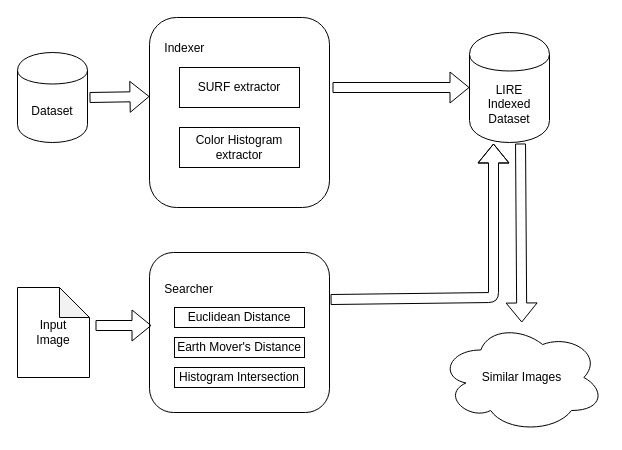
Above: design.drawio in rguitar96/lire-ir (draw.io), before the change. Source tidied: cells renumbered, new cells numbered last; positions are measured from the earlier drawing's top-left corner, leaving out a move shared by most shapes. Both pictures are drawn from the tidied source at 100%, with x=0, y=0 at pixel (17, 17).
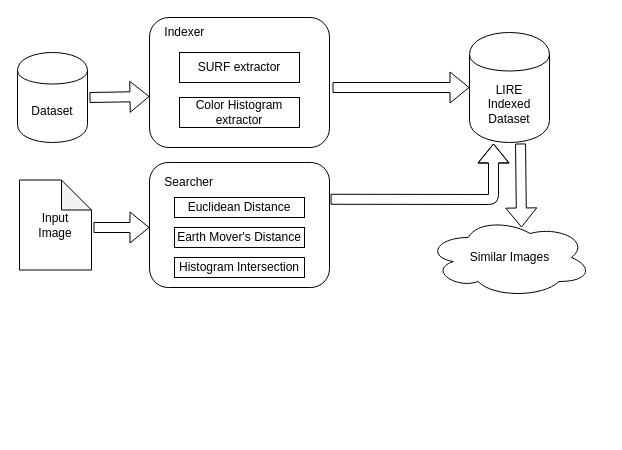
After the change.

Unchanged cells that the change refers to:
```xml
<mxCell id="7" value="LIRE &lt;br&gt;Indexed Dataset" style="shape=cylinder;whiteSpace=wrap;html=1;boundedLbl=1;backgroundOutline=1;" parent="1" vertex="1">
  <mxGeometry x="452" y="15" width="80" height="110" as="geometry" />
</mxCell>
```

Change to the diagram source:
```diff
@@
-    <mxCell id="3" value="&lt;div&gt;&lt;span&gt;&amp;nbsp; &amp;nbsp; Indexer&lt;/span&gt;&lt;/div&gt;&lt;div&gt;&lt;span&gt;&lt;br&gt;&lt;/span&gt;&lt;/div&gt;&lt;div&gt;&lt;span&gt;&lt;br&gt;&lt;/span&gt;&lt;/div&gt;&lt;div&gt;&lt;span&gt;&lt;br&gt;&lt;/span&gt;&lt;/div&gt;&lt;div&gt;&lt;span&gt;&lt;br&gt;&lt;/span&gt;&lt;/div&gt;&lt;div&gt;&lt;span&gt;&lt;br&gt;&lt;/span&gt;&lt;/div&gt;&lt;div&gt;&lt;span&gt;&lt;br&gt;&lt;/span&gt;&lt;/div&gt;&lt;div&gt;&lt;span&gt;&lt;br&gt;&lt;/span&gt;&lt;/div&gt;&lt;div&gt;&lt;span&gt;&lt;br&gt;&lt;/span&gt;&lt;/div&gt;&lt;div&gt;&lt;br&gt;&lt;/div&gt;" style="rounded=1;whiteSpace=wrap;html=1;align=left;" parent="1" vertex="1">
-      <mxGeometry x="132" width="180" height="190" as="geometry" />
+    <mxCell id="3" value="&lt;div&gt;&lt;span&gt;&amp;nbsp; &amp;nbsp; Indexer&lt;/span&gt;&lt;br&gt;&lt;/div&gt;&lt;div&gt;&lt;span&gt;&lt;br&gt;&lt;/span&gt;&lt;/div&gt;&lt;div&gt;&lt;span&gt;&lt;br&gt;&lt;/span&gt;&lt;/div&gt;&lt;div&gt;&lt;span&gt;&lt;br&gt;&lt;/span&gt;&lt;/div&gt;&lt;div&gt;&lt;span&gt;&lt;br&gt;&lt;/span&gt;&lt;/div&gt;&lt;div&gt;&lt;span&gt;&lt;br&gt;&lt;/span&gt;&lt;/div&gt;&lt;div&gt;&lt;span&gt;&lt;br&gt;&lt;/span&gt;&lt;/div&gt;&lt;div&gt;&lt;br&gt;&lt;/div&gt;" style="rounded=1;whiteSpace=wrap;html=1;align=left;" parent="1" vertex="1">
+      <mxGeometry x="132" width="180" height="130" as="geometry" />
     </mxCell>
     <mxCell id="4" value="SURF extractor" style="rounded=0;whiteSpace=wrap;html=1;" parent="1" vertex="1">
-      <mxGeometry x="162" y="50" width="120" height="40" as="geometry" />
+      <mxGeometry x="162" y="35" width="120" height="30" as="geometry" />
     </mxCell>
     <mxCell id="5" value="Color Histogram extractor" style="rounded=0;whiteSpace=wrap;html=1;" parent="1" vertex="1">
-      <mxGeometry x="162" y="110" width="120" height="40" as="geometry" />
+      <mxGeometry x="162" y="80" width="120" height="30" as="geometry" />
     </mxCell>
@@
     <mxCell id="9" value="Input&lt;br&gt;Image" style="shape=note;whiteSpace=wrap;html=1;backgroundOutline=1;darkOpacity=0.05;" parent="1" vertex="1">
-      <mxGeometry y="270" width="72" height="90" as="geometry" />
+      <mxGeometry x="2" y="162.5" width="72" height="90" as="geometry" />
     </mxCell>
     <mxCell id="10" value="&amp;nbsp; &amp;nbsp; Searcher&lt;br&gt;&lt;br&gt;&lt;br&gt;&lt;br&gt;&lt;br&gt;&lt;br&gt;&lt;br&gt;" style="rounded=1;whiteSpace=wrap;html=1;align=left;" parent="1" vertex="1">
-      <mxGeometry x="132" y="235" width="180" height="160" as="geometry" />
+      <mxGeometry x="132" y="145" width="180" height="125" as="geometry" />
     </mxCell>
     <mxCell id="11" value="Euclidean Distance" style="rounded=0;whiteSpace=wrap;html=1;" parent="1" vertex="1">
-      <mxGeometry x="157" y="290" width="130" height="20" as="geometry" />
+      <mxGeometry x="157" y="180" width="130" height="20" as="geometry" />
     </mxCell>
     <mxCell id="12" value="Earth Mover's Distance" style="rounded=0;whiteSpace=wrap;html=1;" parent="1" vertex="1">
-      <mxGeometry x="157" y="320" width="130" height="20" as="geometry" />
+      <mxGeometry x="157" y="210" width="130" height="20" as="geometry" />
     </mxCell>
     <mxCell id="13" value="Histogram Intersection" style="rounded=0;whiteSpace=wrap;html=1;" parent="1" vertex="1">
-      <mxGeometry x="157" y="350" width="130" height="20" as="geometry" />
+      <mxGeometry x="157" y="240" width="130" height="20" as="geometry" />
     </mxCell>
     <mxCell id="14" style="shape=flexArrow;endArrow=classic;html=1;" parent="1" edge="1">
       <mxGeometry relative="1" as="geometry">
-        <mxPoint x="78" y="308" as="sourcePoint" />
-        <mxPoint x="134" y="308" as="targetPoint" />
+        <mxPoint x="76" y="210" as="sourcePoint" />
+        <mxPoint x="132" y="210" as="targetPoint" />
       </mxGeometry>
     </mxCell>
     <mxCell id="15" style="shape=flexArrow;endArrow=classic;html=1;entryX=0.3;entryY=1.009;entryDx=0;entryDy=0;entryPerimeter=0;exitX=1.006;exitY=0.294;exitDx=0;exitDy=0;exitPerimeter=0;" parent="1" edge="1" source="10" target="7">
       <mxGeometry relative="1" as="geometry">
         <Array as="points">
-          <mxPoint x="476" y="280" />
+          <mxPoint x="476" y="182" />
         </Array>
       </mxGeometry>
     </mxCell>
-    <mxCell id="16" style="shape=flexArrow;endArrow=classic;html=1;exitX=0.638;exitY=1.009;exitDx=0;exitDy=0;exitPerimeter=0;" parent="1" edge="1" source="7" target="17">
-      <mxGeometry relative="1" as="geometry" />
+    <mxCell id="16" style="shape=flexArrow;endArrow=classic;html=1;exitX=0.638;exitY=1.009;exitDx=0;exitDy=0;exitPerimeter=0;" parent="1" edge="1" source="7">
+      <mxGeometry relative="1" as="geometry">
+        <mxPoint x="504" y="210" as="targetPoint" />
+      </mxGeometry>
     </mxCell>
     <mxCell id="17" value="Similar Images" style="ellipse;shape=cloud;whiteSpace=wrap;html=1;" parent="1" vertex="1">
-      <mxGeometry x="422" y="305" width="165" height="110" as="geometry" />
+      <mxGeometry x="409.5" y="200" width="165" height="80" as="geometry" />
     </mxCell>
```
